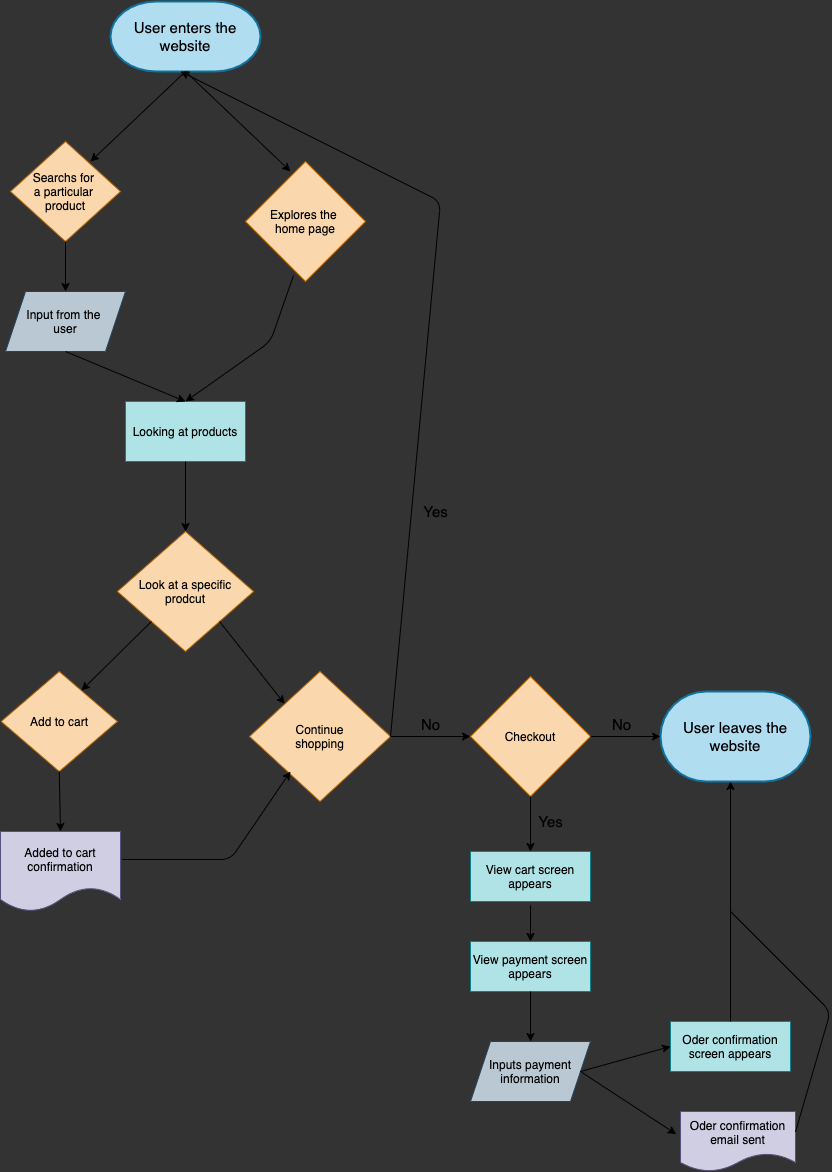
Earlier version of the draw.io export explore/diagramming/diagram.drawio.png (patibrewala/fa21-cse110-lab4). Source tidied: cells renumbered, new cells last; positions are measured from the earlier drawing's top-left corner, leaving out a move shared by most shapes.
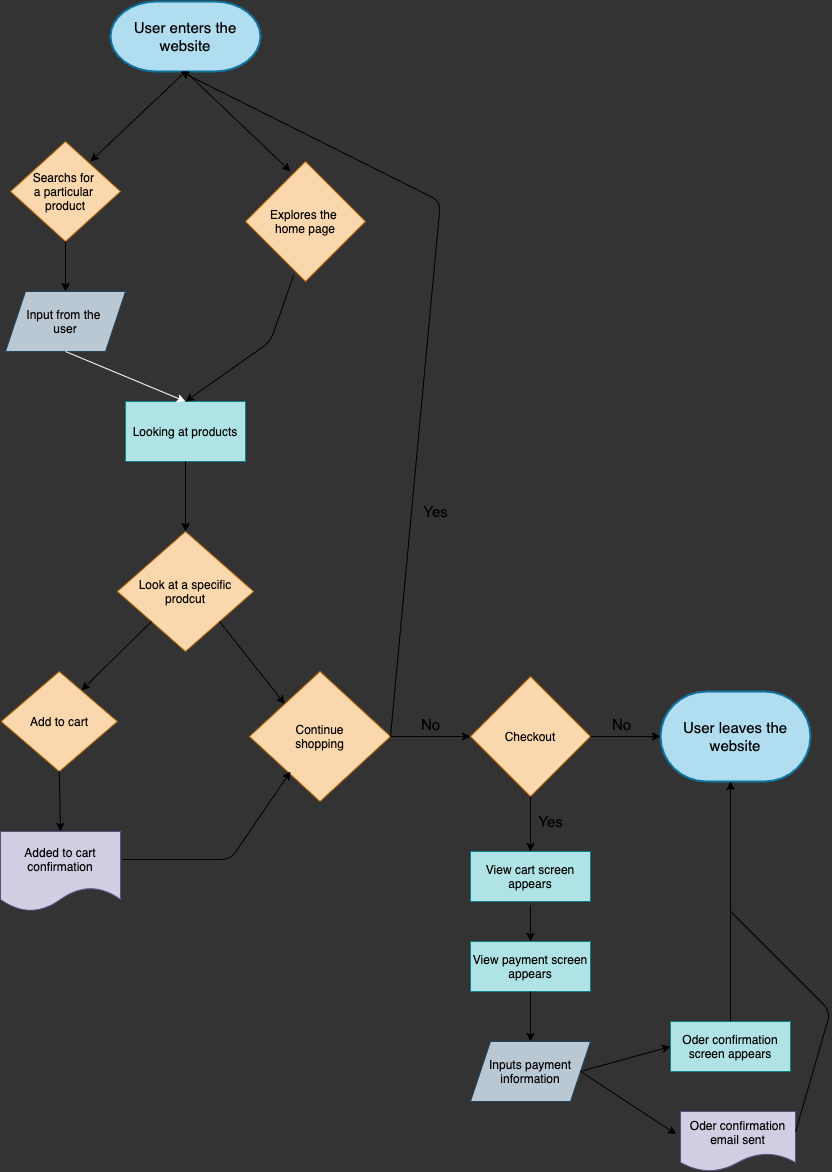
Later version of the same file.

What changed in the source:
```diff
@@ -151,7 +151,7 @@
     <mxCell id="40" value="Yes" style="text;html=1;align=center;verticalAlign=middle;strokeColor=none;fontSize=15;" parent="1" vertex="1">
       <mxGeometry x="530" y="810" width="40" height="20" as="geometry" />
     </mxCell>
-    <mxCell id="41" style="endArrow=classic;html=1;labelBackgroundColor=#ffffff;fontSize=15;fontColor=#f0f0f0;strokeColor=#000000;exitX=0.5;exitY=1;exitDx=0;exitDy=0;entryX=0.5;entryY=0;entryDx=0;entryDy=0;" parent="1" edge="1" source="7" target="9">
+    <mxCell id="41" style="endArrow=classic;html=1;labelBackgroundColor=#ffffff;fontSize=15;fontColor=#f0f0f0;exitX=0.5;exitY=1;exitDx=0;exitDy=0;entryX=0.5;entryY=0;entryDx=0;entryDy=0;strokeColor=#FFFFFF;" parent="1" edge="1" source="7" target="9">
       <mxGeometry relative="1" as="geometry" />
     </mxCell>
   </root>
```
